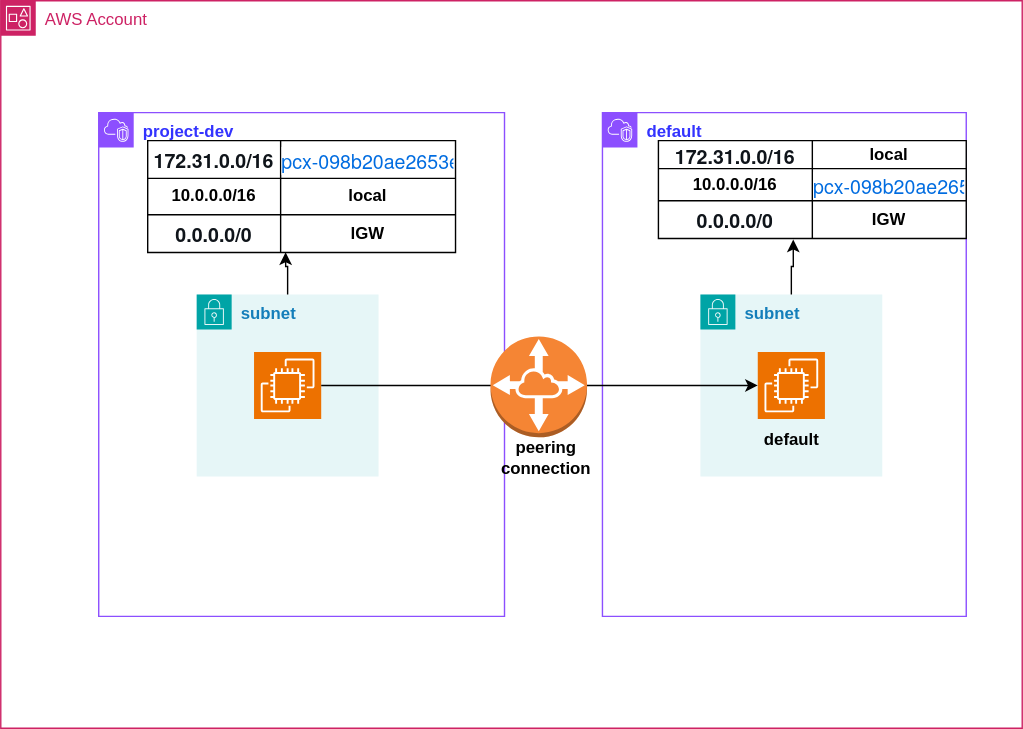
This is routes.drawio.svg from prudhvisaikoppaka/terraform-aws-vpc, a draw.io export, as it was before one commit. Source tidied: cells renumbered, new cells last; positions are measured from the earlier drawing's top-left corner, leaving out a move shared by most shapes.
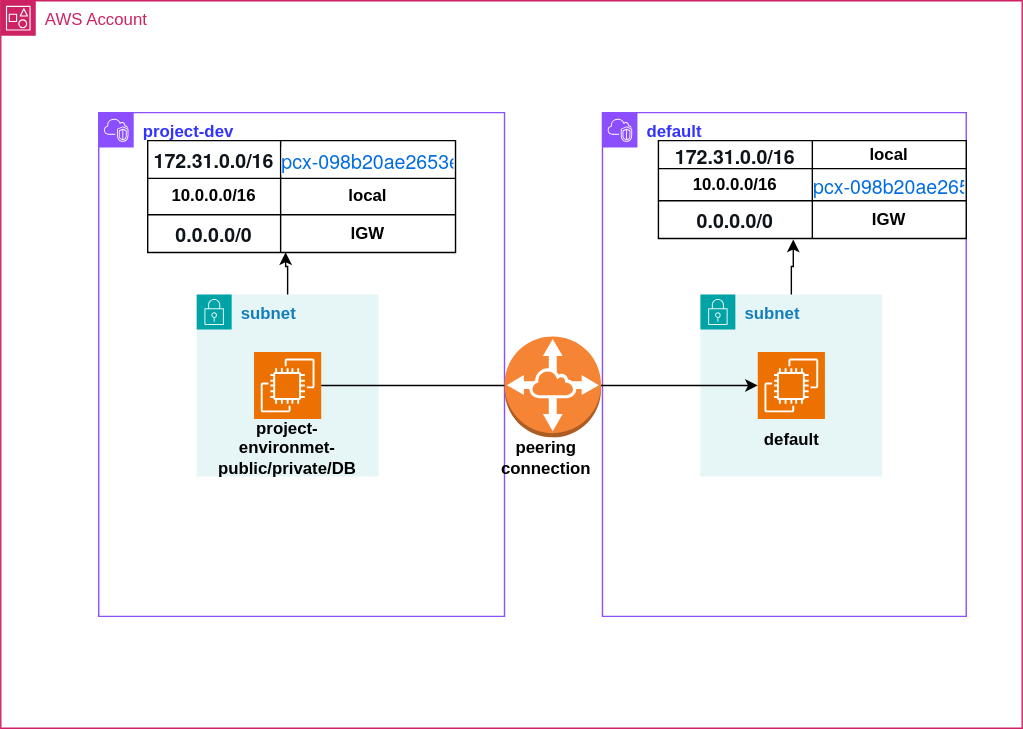
Later version of the same file.

What changed in the source:
```diff
@@ -96,10 +96,13 @@
       <mxGeometry relative="1" as="geometry" />
     </mxCell>
     <mxCell id="33" style="dashed=0;verticalLabelPosition=bottom;verticalAlign=top;align=center;html=1;shape=mxgraph.aws3.vpc_peering;fillColor=#F58534;gradientColor=none;" parent="2" vertex="1">
-      <mxGeometry x="350" y="240" width="69" height="72" as="geometry" />
+      <mxGeometry x="360" y="240" width="69" height="72" as="geometry" />
     </mxCell>
     <mxCell id="34" value="&lt;b&gt;peering connection&lt;/b&gt;" style="text;html=1;whiteSpace=wrap;strokeColor=none;fillColor=none;align=center;verticalAlign=middle;rounded=0;" parent="2" vertex="1">
       <mxGeometry x="360" y="312" width="60" height="30" as="geometry" />
     </mxCell>
+    <mxCell id="35" value="&lt;b&gt;project-environmet-public/private/DB&lt;/b&gt;" style="text;html=1;whiteSpace=wrap;strokeColor=none;fillColor=none;align=center;verticalAlign=middle;rounded=0;" parent="1" vertex="1">
+      <mxGeometry x="190" y="310" width="30" height="20" as="geometry" />
+    </mxCell>
   </root>
 </mxGraphModel>
```
